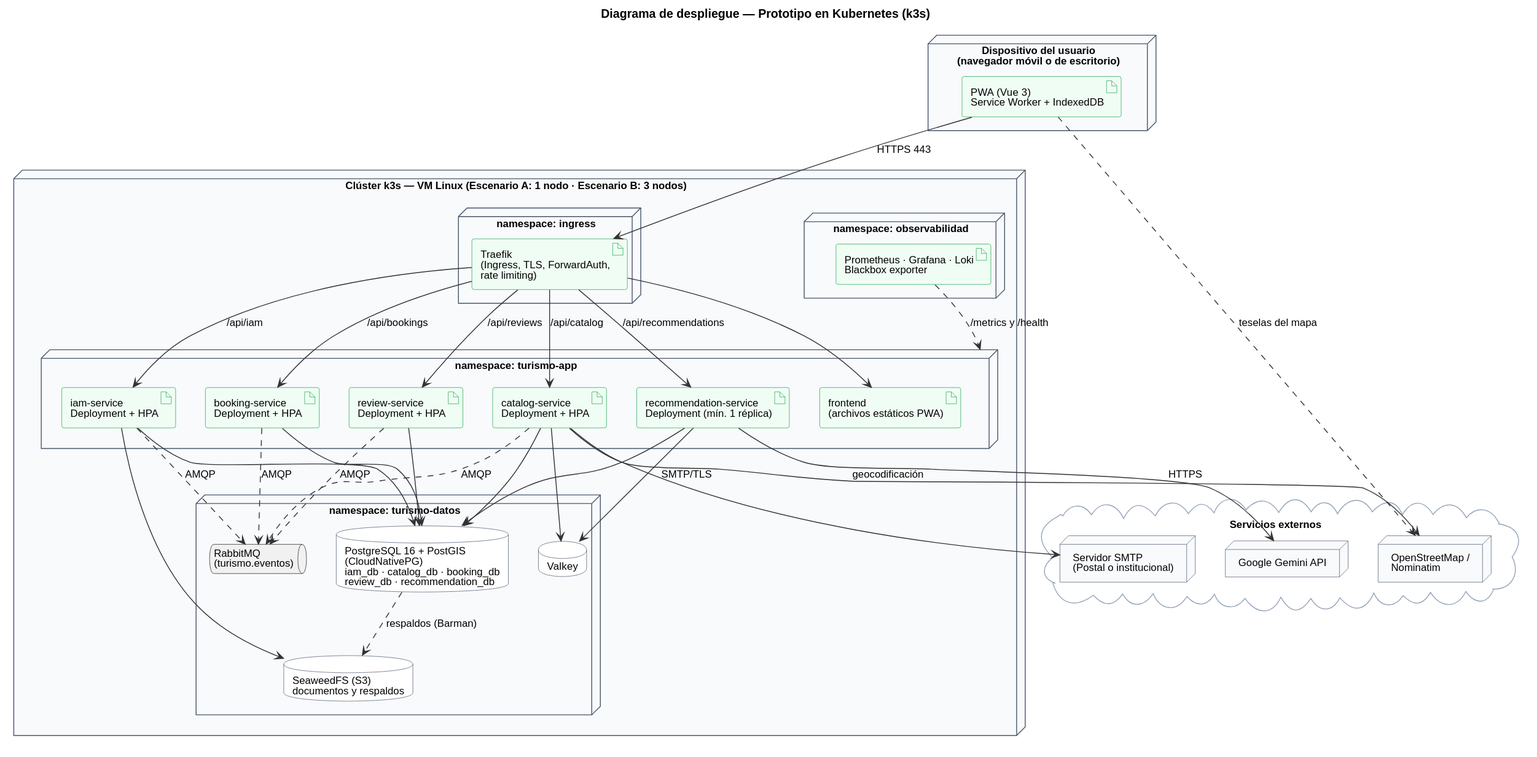
Before: Documents/Pages/Diagrama_Despliegue_Kubernetes.svg, a diagram exported from PlantUML (luifdo/Tourism). The source it was exported from:
```plantuml
@startuml
!include _estilo.iuml
skinparam defaultFontSize 12
skinparam node {
  BackgroundColor #F8FAFC
  BorderColor #475569
}
skinparam artifact {
  BackgroundColor #F0FDF4
  BorderColor #16A34A
}
skinparam database {
  BackgroundColor #FFFFFF
  BorderColor #475569
}
title Diagrama de despliegue — Prototipo en Kubernetes (k3s)

node "Dispositivo del usuario\n(navegador móvil o de escritorio)" as Disp {
  artifact "PWA (Vue 3)\nService Worker + IndexedDB" as PWA
}

cloud "Servicios externos" as Ext {
  node "Google Gemini API" as Gem
  node "Servidor SMTP\n(Postal o institucional)" as Smtp
  node "OpenStreetMap /\nNominatim" as Osm
}

node "Clúster k3s — VM Linux (Escenario A: 1 nodo · Escenario B: 3 nodos)" as K3s {
  node "namespace: ingress" as NsIn {
    artifact "Traefik\n(Ingress, TLS, ForwardAuth,\nrate limiting)" as Tfk
  }
  node "namespace: turismo-app" as NsApp {
    artifact "frontend\n(archivos estáticos PWA)" as Front
    artifact "iam-service\nDeployment + HPA" as Iam
    artifact "catalog-service\nDeployment + HPA" as Cat
    artifact "booking-service\nDeployment + HPA" as Book
    artifact "review-service\nDeployment + HPA" as Rev
    artifact "recommendation-service\nDeployment (mín. 1 réplica)" as Rec
  }
  node "namespace: turismo-datos" as NsData {
    database "PostgreSQL 16 + PostGIS\n(CloudNativePG)\niam_db · catalog_db · booking_db\nreview_db · recommendation_db" as Pg
    database "Valkey" as Vk
    queue "RabbitMQ\n(turismo.eventos)" as Rmq
    database "SeaweedFS (S3)\ndocumentos y respaldos" as Sw
  }
  node "namespace: observabilidad" as NsObs {
    artifact "Prometheus · Grafana · Loki\nBlackbox exporter" as Obs
  }
}

PWA --> Tfk : HTTPS 443
PWA ..> Osm : teselas del mapa
Tfk --> Front
Tfk --> Iam : /api/iam
Tfk --> Cat : /api/catalog
Tfk --> Book : /api/bookings
Tfk --> Rev : /api/reviews
Tfk --> Rec : /api/recommendations
Iam --> Pg
Cat --> Pg
Book --> Pg
Rev --> Pg
Rec --> Pg
Iam --> Sw
Pg ..> Sw : respaldos (Barman)
Iam ..> Rmq : AMQP
Cat ..> Rmq : AMQP
Book ..> Rmq : AMQP
Rev ..> Rmq : AMQP
Cat --> Vk
Rec --> Vk
Rec --> Gem : HTTPS
Cat --> Smtp : SMTP/TLS
Cat --> Osm : geocodificación
Obs ..> NsApp : /metrics y /health
@enduml
```
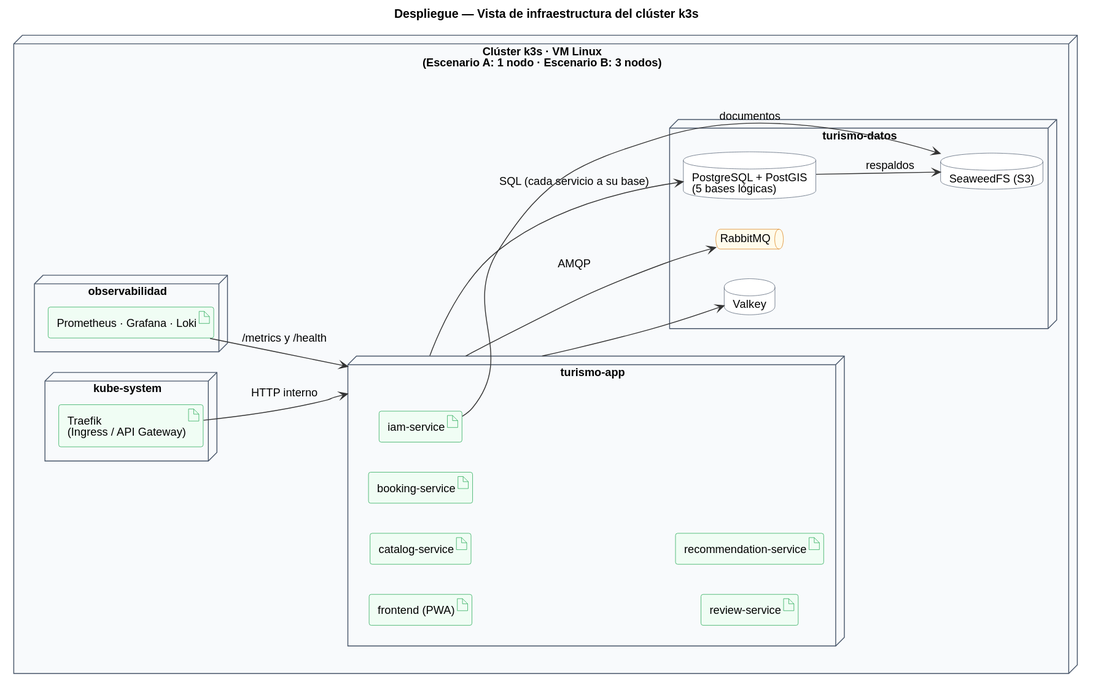
The same diagram one commit later.

What changed in the source:
```diff
@@ -1,76 +1,36 @@
 @startuml
-!include _estilo.iuml
-skinparam defaultFontSize 12
-skinparam node {
-  BackgroundColor #F8FAFC
-  BorderColor #475569
-}
-skinparam artifact {
-  BackgroundColor #F0FDF4
-  BorderColor #16A34A
-}
-skinparam database {
-  BackgroundColor #FFFFFF
-  BorderColor #475569
-}
-title Diagrama de despliegue — Prototipo en Kubernetes (k3s)
+!include _estilo_despliegue.iuml
+left to right direction
+title Despliegue — Vista de infraestructura del clúster k3s
 
-node "Dispositivo del usuario\n(navegador móvil o de escritorio)" as Disp {
-  artifact "PWA (Vue 3)\nService Worker + IndexedDB" as PWA
-}
-
-cloud "Servicios externos" as Ext {
-  node "Google Gemini API" as Gem
-  node "Servidor SMTP\n(Postal o institucional)" as Smtp
-  node "OpenStreetMap /\nNominatim" as Osm
-}
-
-node "Clúster k3s — VM Linux (Escenario A: 1 nodo · Escenario B: 3 nodos)" as K3s {
-  node "namespace: ingress" as NsIn {
-    artifact "Traefik\n(Ingress, TLS, ForwardAuth,\nrate limiting)" as Tfk
+node "Clúster k3s · VM Linux\n(Escenario A: 1 nodo · Escenario B: 3 nodos)" as K3s {
+  node "kube-system" {
+    artifact "Traefik\n(Ingress / API Gateway)" as Tfk
   }
-  node "namespace: turismo-app" as NsApp {
-    artifact "frontend\n(archivos estáticos PWA)" as Front
-    artifact "iam-service\nDeployment + HPA" as Iam
-    artifact "catalog-service\nDeployment + HPA" as Cat
-    artifact "booking-service\nDeployment + HPA" as Book
-    artifact "review-service\nDeployment + HPA" as Rev
-    artifact "recommendation-service\nDeployment (mín. 1 réplica)" as Rec
+  node "turismo-app" as NsApp {
+    artifact "frontend (PWA)" as Front
+    artifact "iam-service" as Iam
+    artifact "catalog-service" as Cat
+    artifact "booking-service" as Book
+    artifact "review-service" as Rev
+    artifact "recommendation-service" as Rec
   }
-  node "namespace: turismo-datos" as NsData {
-    database "PostgreSQL 16 + PostGIS\n(CloudNativePG)\niam_db · catalog_db · booking_db\nreview_db · recommendation_db" as Pg
+  node "turismo-datos" as NsData {
+    database "PostgreSQL + PostGIS\n(5 bases lógicas)" as Pg
     database "Valkey" as Vk
-    queue "RabbitMQ\n(turismo.eventos)" as Rmq
-    database "SeaweedFS (S3)\ndocumentos y respaldos" as Sw
+    queue "RabbitMQ" as Rmq
+    database "SeaweedFS (S3)" as Sw
   }
-  node "namespace: observabilidad" as NsObs {
-    artifact "Prometheus · Grafana · Loki\nBlackbox exporter" as Obs
+  node "observabilidad" {
+    artifact "Prometheus · Grafana · Loki" as Obs
   }
 }
 
-PWA --> Tfk : HTTPS 443
-PWA ..> Osm : teselas del mapa
-Tfk --> Front
-Tfk --> Iam : /api/iam
-Tfk --> Cat : /api/catalog
-Tfk --> Book : /api/bookings
-Tfk --> Rev : /api/reviews
-Tfk --> Rec : /api/recommendations
-Iam --> Pg
-Cat --> Pg
-Book --> Pg
-Rev --> Pg
-Rec --> Pg
-Iam --> Sw
-Pg ..> Sw : respaldos (Barman)
-Iam ..> Rmq : AMQP
-Cat ..> Rmq : AMQP
-Book ..> Rmq : AMQP
-Rev ..> Rmq : AMQP
-Cat --> Vk
-Rec --> Vk
-Rec --> Gem : HTTPS
-Cat --> Smtp : SMTP/TLS
-Cat --> Osm : geocodificación
-Obs ..> NsApp : /metrics y /health
+Tfk --> NsApp : HTTP interno
+NsApp --> Pg : SQL (cada servicio a su base)
+NsApp --> Vk
+NsApp --> Rmq : AMQP
+Iam --> Sw : documentos
+Pg --> Sw : respaldos
+Obs --> NsApp : /metrics y /health
 @enduml
```
